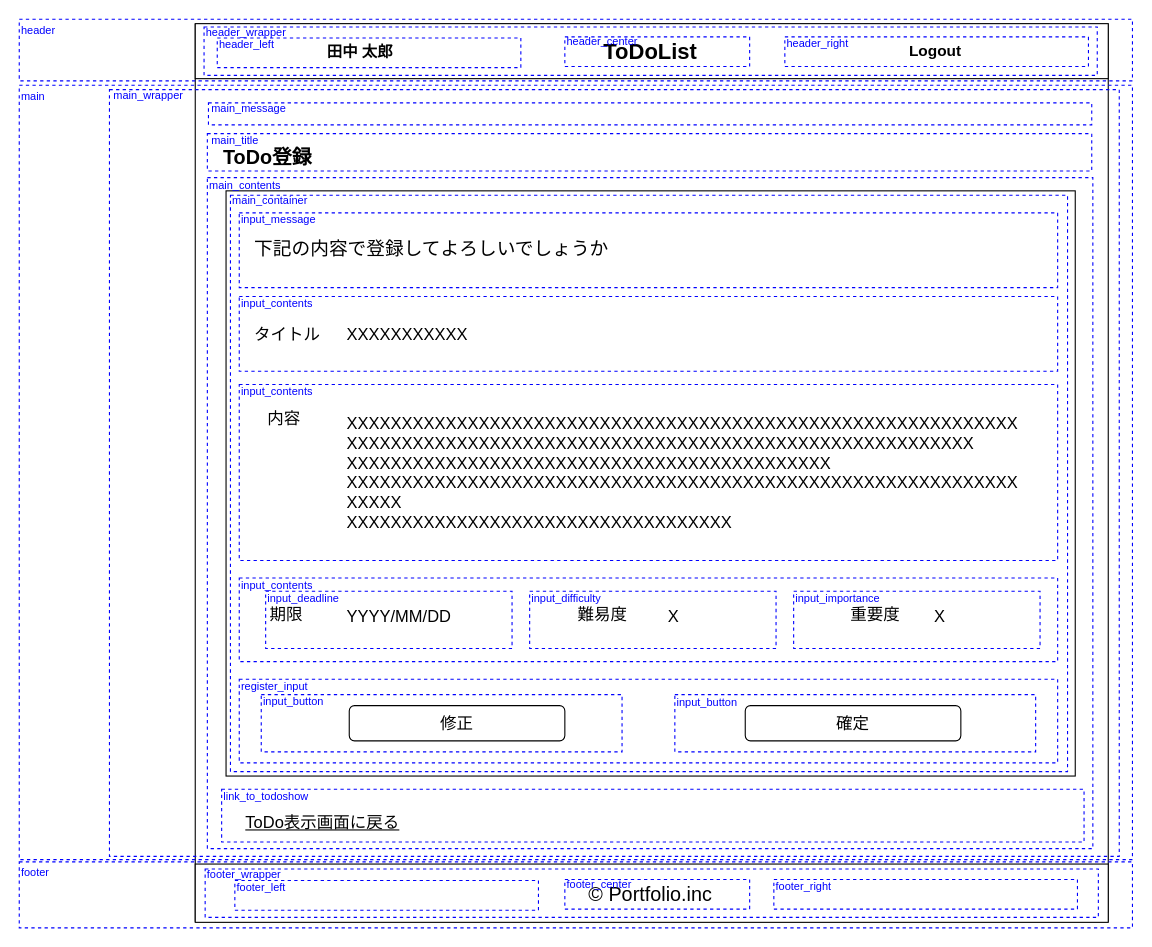
This is portfolio03/01/layout/todo_registration_confirm/portfolio03_01_todo_registration_confirm_detail.drawio from RRRYOOO/portfolio, a draw.io file, before an edit. Source tidied: cells renumbered, new cells numbered last; positions are measured from the earlier drawing's top-left corner, leaving out a move shared by most shapes. Both pictures are drawn from the tidied source at 110%, with x=0, y=0 at pixel (19, 19).
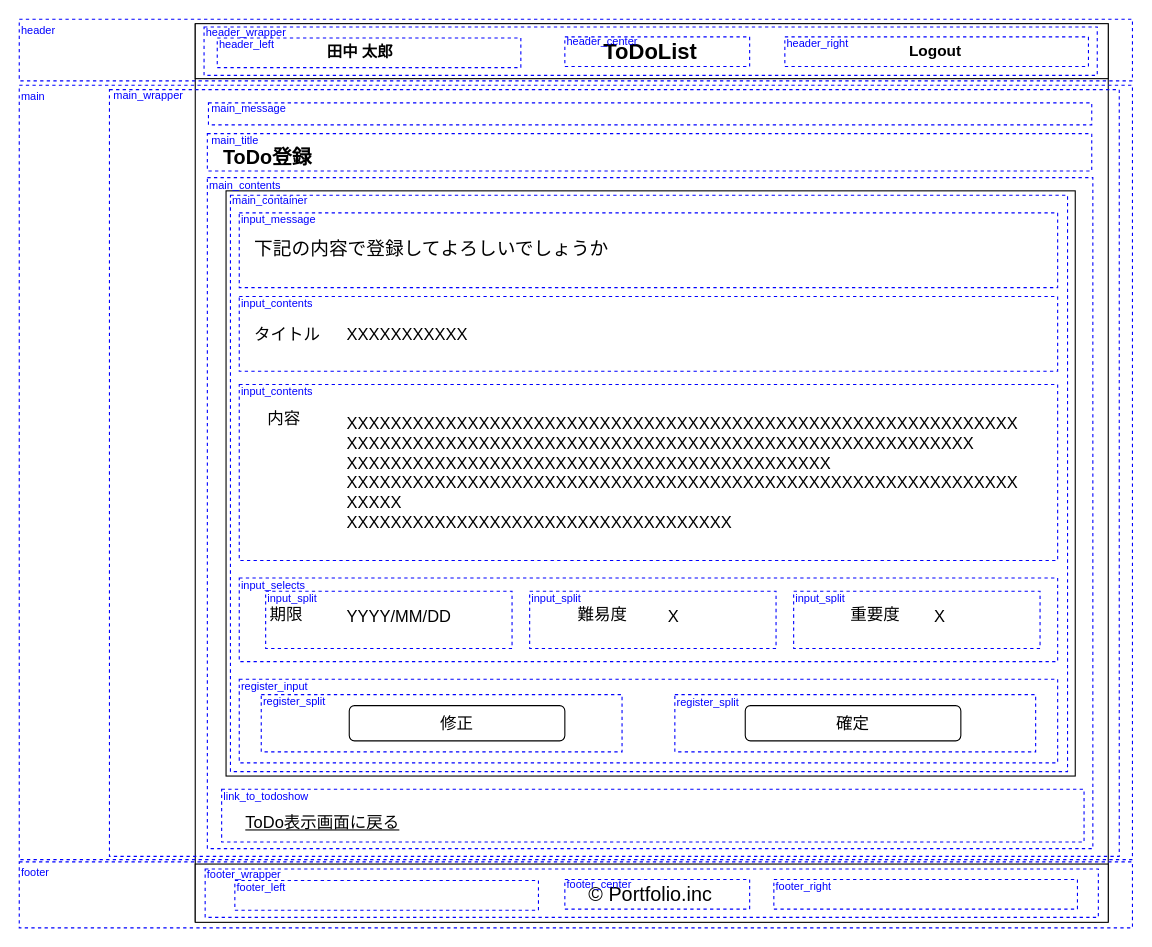
After the change.

What changed in the source:
```diff
@@
-    <mxCell id="63" value="input_contents" style="text;html=1;strokeColor=none;fillColor=none;align=left;verticalAlign=middle;whiteSpace=wrap;rounded=0;dashed=1;fontColor=#0000FF;fontSize=10;" parent="1" vertex="1">
+    <mxCell id="63" value="input_selects" style="text;html=1;strokeColor=none;fillColor=none;align=left;verticalAlign=middle;whiteSpace=wrap;rounded=0;dashed=1;fontColor=#0000FF;fontSize=10;" parent="1" vertex="1">
       <mxGeometry x="200" y="508" width="80" height="12" as="geometry" />
     </mxCell>
@@
-    <mxCell id="67" value="input_deadline" style="text;html=1;strokeColor=none;fillColor=none;align=left;verticalAlign=middle;whiteSpace=wrap;rounded=0;dashed=1;fontColor=#0000FF;fontSize=10;" parent="1" vertex="1">
+    <mxCell id="67" value="input_split" style="text;html=1;strokeColor=none;fillColor=none;align=left;verticalAlign=middle;whiteSpace=wrap;rounded=0;dashed=1;fontColor=#0000FF;fontSize=10;" parent="1" vertex="1">
       <mxGeometry x="224" y="520" width="80" height="12" as="geometry" />
     </mxCell>
-    <mxCell id="68" value="input_difficulty" style="text;html=1;strokeColor=none;fillColor=none;align=left;verticalAlign=middle;whiteSpace=wrap;rounded=0;dashed=1;fontColor=#0000FF;fontSize=10;" parent="1" vertex="1">
+    <mxCell id="68" value="input_split" style="text;html=1;strokeColor=none;fillColor=none;align=left;verticalAlign=middle;whiteSpace=wrap;rounded=0;dashed=1;fontColor=#0000FF;fontSize=10;" parent="1" vertex="1">
       <mxGeometry x="464" y="520" width="80" height="12" as="geometry" />
     </mxCell>
-    <mxCell id="69" value="input_importance" style="text;html=1;strokeColor=none;fillColor=none;align=left;verticalAlign=middle;whiteSpace=wrap;rounded=0;dashed=1;fontColor=#0000FF;fontSize=10;" parent="1" vertex="1">
+    <mxCell id="69" value="input_split" style="text;html=1;strokeColor=none;fillColor=none;align=left;verticalAlign=middle;whiteSpace=wrap;rounded=0;dashed=1;fontColor=#0000FF;fontSize=10;" parent="1" vertex="1">
       <mxGeometry x="704" y="520" width="80" height="12" as="geometry" />
     </mxCell>
@@
-    <mxCell id="73" value="input_button" style="text;html=1;strokeColor=none;fillColor=none;align=left;verticalAlign=middle;whiteSpace=wrap;rounded=0;dashed=1;fontColor=#0000FF;fontSize=10;" parent="1" vertex="1">
+    <mxCell id="73" value="register_split" style="text;html=1;strokeColor=none;fillColor=none;align=left;verticalAlign=middle;whiteSpace=wrap;rounded=0;dashed=1;fontColor=#0000FF;fontSize=10;" parent="1" vertex="1">
       <mxGeometry x="220" y="614" width="101.4" height="12" as="geometry" />
     </mxCell>
@@
-    <mxCell id="76" value="input_button" style="text;html=1;strokeColor=none;fillColor=none;align=left;verticalAlign=middle;whiteSpace=wrap;rounded=0;dashed=1;fontColor=#0000FF;fontSize=10;" parent="1" vertex="1">
+    <mxCell id="76" value="register_split" style="text;html=1;strokeColor=none;fillColor=none;align=left;verticalAlign=middle;whiteSpace=wrap;rounded=0;dashed=1;fontColor=#0000FF;fontSize=10;" parent="1" vertex="1">
       <mxGeometry x="596" y="615" width="80" height="12" as="geometry" />
     </mxCell>
```
